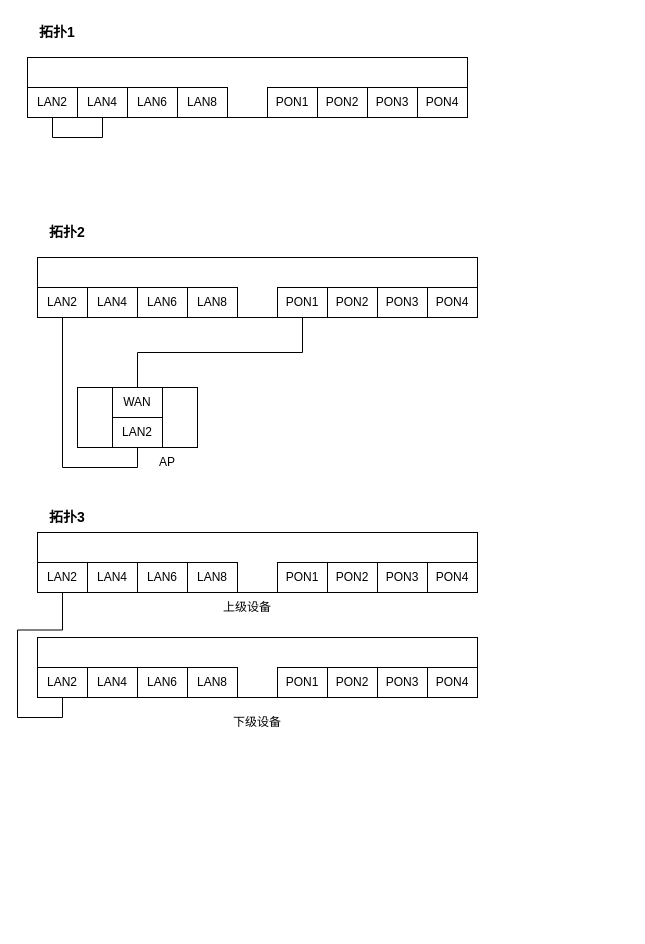
The draw.io diagram f5g-mt7988/looptest.drawio in waterwatermelon/graph, before the edit. Source tidied: cells renumbered, new cells numbered last; positions are measured from the earlier drawing's top-left corner, leaving out a move shared by most shapes. Both pictures are drawn from the tidied source at 100%, with x=0, y=0 at pixel (27, 17).
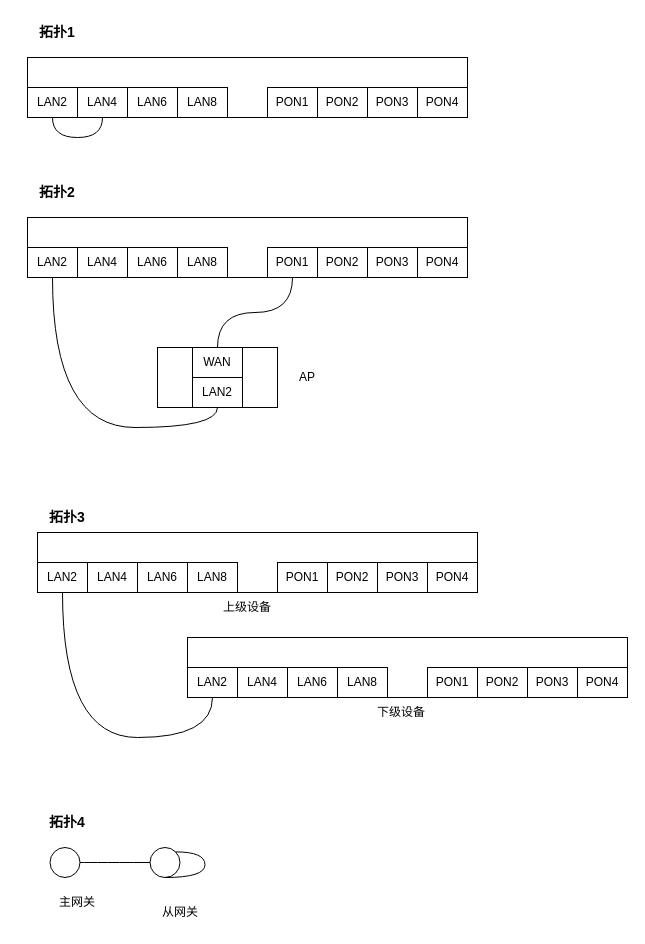
The same page after the edit.

Unchanged cells that the change refers to:
```xml
<mxCell id="8" style="group;" parent="1" vertex="1">
  <mxGeometry y="70" width="200" height="30" as="geometry" />
</mxCell>
<mxCell id="10" value="LAN2" style="rounded=0;whiteSpace=wrap;html=1;" parent="8" vertex="1">
  <mxGeometry width="50" height="30" as="geometry" />
</mxCell>
<mxCell id="11" value="LAN4" style="rounded=0;whiteSpace=wrap;html=1;" parent="8" vertex="1">
  <mxGeometry x="50" width="50" height="30" as="geometry" />
</mxCell>
<mxCell id="18" value="PON1" style="rounded=0;whiteSpace=wrap;html=1;" parent="17" vertex="1">
  <mxGeometry width="50" height="30" as="geometry" />
</mxCell>
<mxCell id="23" value="LAN2" style="rounded=0;whiteSpace=wrap;html=1;" parent="22" vertex="1">
  <mxGeometry width="50" height="30" as="geometry" />
</mxCell>
<mxCell id="40" value="LAN2" style="rounded=0;whiteSpace=wrap;html=1;" parent="39" vertex="1">
  <mxGeometry width="50" height="30" as="geometry" />
</mxCell>
<mxCell id="53" value="LAN2" style="rounded=0;whiteSpace=wrap;html=1;" parent="52" vertex="1">
  <mxGeometry width="50" height="30" as="geometry" />
</mxCell>
```

The edit, as a diff of the source:
```diff
@@
-    <mxCell id="9" style="edgeStyle=orthogonalEdgeStyle;rounded=0;jettySize=auto;html=1;exitX=0.5;exitY=1;exitDx=0;exitDy=0;entryX=0.5;entryY=1;entryDx=0;entryDy=0;endArrow=none;startFill=0;" parent="8" edge="1" source="10" target="11">
+    <mxCell id="9" style="edgeStyle=orthogonalEdgeStyle;rounded=0;jettySize=auto;html=1;exitX=0.5;exitY=1;exitDx=0;exitDy=0;entryX=0.5;entryY=1;entryDx=0;entryDy=0;endArrow=none;startFill=0;curved=1;" parent="8" edge="1" source="10" target="11">
       <mxGeometry relative="1" as="geometry" />
     </mxCell>
@@
     <mxCell id="15" value="拓扑2" style="text;html=1;align=center;verticalAlign=middle;whiteSpace=wrap;rounded=0;fontSize=14;fontStyle=1;" parent="1" vertex="1">
-      <mxGeometry x="10" y="200" width="60" height="30" as="geometry" />
+      <mxGeometry y="160" width="60" height="30" as="geometry" />
     </mxCell>
     <mxCell id="16" style="rounded=0;whiteSpace=wrap;html=1;" parent="1" vertex="1">
-      <mxGeometry x="10" y="240" width="440" height="60" as="geometry" />
+      <mxGeometry y="200" width="440" height="60" as="geometry" />
     </mxCell>
     <mxCell id="17" style="group;" parent="1" vertex="1">
-      <mxGeometry x="250" y="270" width="200" height="30" as="geometry" />
+      <mxGeometry x="240" y="230" width="200" height="30" as="geometry" />
     </mxCell>
@@
     <mxCell id="22" style="group;" parent="1" vertex="1">
-      <mxGeometry x="10" y="270" width="200" height="30" as="geometry" />
+      <mxGeometry y="230" width="200" height="30" as="geometry" />
     </mxCell>
@@
     <mxCell id="27" style="rounded=0;whiteSpace=wrap;html=1;" parent="1" vertex="1">
-      <mxGeometry x="50" y="370" width="120" height="60" as="geometry" />
+      <mxGeometry x="130" y="330" width="120" height="60" as="geometry" />
     </mxCell>
-    <mxCell id="28" style="edgeStyle=orthogonalEdgeStyle;rounded=0;jettySize=auto;html=1;exitX=0.5;exitY=0;exitDx=0;exitDy=0;entryX=0.5;entryY=1;entryDx=0;entryDy=0;endArrow=none;startFill=0;" parent="1" edge="1" source="29" target="18">
+    <mxCell id="28" style="edgeStyle=orthogonalEdgeStyle;rounded=0;jettySize=auto;html=1;exitX=0.5;exitY=0;exitDx=0;exitDy=0;entryX=0.5;entryY=1;entryDx=0;entryDy=0;endArrow=none;startFill=0;curved=1;" parent="1" edge="1" source="29" target="18">
       <mxGeometry relative="1" as="geometry" />
     </mxCell>
     <mxCell id="29" value="WAN" style="rounded=0;whiteSpace=wrap;html=1;" parent="1" vertex="1">
-      <mxGeometry x="85" y="370" width="50" height="30" as="geometry" />
+      <mxGeometry x="165" y="330" width="50" height="30" as="geometry" />
     </mxCell>
-    <mxCell id="30" style="edgeStyle=orthogonalEdgeStyle;rounded=0;jettySize=auto;html=1;exitX=0.5;exitY=1;exitDx=0;exitDy=0;entryX=0.5;entryY=1;entryDx=0;entryDy=0;endArrow=none;startFill=0;" parent="1" edge="1" source="31" target="23">
+    <mxCell id="30" style="edgeStyle=orthogonalEdgeStyle;rounded=0;jettySize=auto;html=1;exitX=0.5;exitY=1;exitDx=0;exitDy=0;entryX=0.5;entryY=1;entryDx=0;entryDy=0;endArrow=none;startFill=0;curved=1;" parent="1" edge="1" source="31" target="23">
       <mxGeometry relative="1" as="geometry" />
     </mxCell>
     <mxCell id="31" value="LAN2" style="rounded=0;whiteSpace=wrap;html=1;" parent="1" vertex="1">
-      <mxGeometry x="85" y="400" width="50" height="30" as="geometry" />
+      <mxGeometry x="165" y="360" width="50" height="30" as="geometry" />
     </mxCell>
     <mxCell id="32" value="AP" style="text;html=1;align=center;verticalAlign=middle;whiteSpace=wrap;rounded=0;" parent="1" vertex="1">
-      <mxGeometry x="110" y="430" width="60" height="30" as="geometry" />
+      <mxGeometry x="250" y="345" width="60" height="30" as="geometry" />
     </mxCell>
@@
     <mxCell id="46" style="rounded=0;whiteSpace=wrap;html=1;" parent="1" vertex="1">
-      <mxGeometry x="10" y="620" width="440" height="60" as="geometry" />
+      <mxGeometry x="160" y="620" width="440" height="60" as="geometry" />
     </mxCell>
     <mxCell id="47" style="group;" parent="1" vertex="1">
-      <mxGeometry x="250" y="650" width="200" height="30" as="geometry" />
+      <mxGeometry x="400" y="650" width="200" height="30" as="geometry" />
     </mxCell>
@@
     <mxCell id="52" style="group;" parent="1" vertex="1">
-      <mxGeometry x="10" y="650" width="200" height="30" as="geometry" />
+      <mxGeometry x="160" y="650" width="200" height="30" as="geometry" />
     </mxCell>
@@
     <mxCell id="57" value="下级设备" style="text;html=1;align=center;verticalAlign=middle;whiteSpace=wrap;rounded=0;" parent="1" vertex="1">
-      <mxGeometry x="200" y="690" width="60" height="30" as="geometry" />
+      <mxGeometry x="344" y="680" width="60" height="30" as="geometry" />
     </mxCell>
-    <mxCell id="58" style="edgeStyle=orthogonalEdgeStyle;rounded=0;jettySize=auto;html=1;exitX=0.5;exitY=1;exitDx=0;exitDy=0;entryX=0.5;entryY=1;entryDx=0;entryDy=0;endArrow=none;startFill=0;" parent="1" edge="1" source="40" target="53">
-      <mxGeometry relative="1" as="geometry" />
+    <mxCell id="58" style="edgeStyle=orthogonalEdgeStyle;rounded=0;jettySize=auto;html=1;exitX=0.5;exitY=1;exitDx=0;exitDy=0;entryX=0.5;entryY=1;entryDx=0;entryDy=0;endArrow=none;startFill=0;curved=1;" parent="1" edge="1" source="40" target="53">
+      <mxGeometry relative="1" as="geometry">
+        <Array as="points">
+          <mxPoint x="35" y="720" />
+          <mxPoint x="185" y="720" />
+        </Array>
+      </mxGeometry>
     </mxCell>
+    <mxCell id="59" value="拓扑4" style="text;html=1;align=center;verticalAlign=middle;whiteSpace=wrap;rounded=0;fontSize=14;fontStyle=1;" parent="1" vertex="1">
+      <mxGeometry x="10" y="790" width="60" height="30" as="geometry" />
+    </mxCell>
+    <mxCell id="60" style="edgeStyle=orthogonalEdgeStyle;rounded=0;jettySize=auto;html=1;exitX=1;exitY=0.5;exitDx=0;exitDy=0;entryX=0;entryY=0.5;entryDx=0;entryDy=0;curved=1;endArrow=none;startFill=0;" parent="1" edge="1" source="61" target="62">
+      <mxGeometry relative="1" as="geometry" />
+    </mxCell>
+    <mxCell id="61" style="ellipse;whiteSpace=wrap;html=1;" parent="1" vertex="1">
+      <mxGeometry x="22.5" y="830" width="30" height="30" as="geometry" />
+    </mxCell>
+    <mxCell id="62" style="ellipse;whiteSpace=wrap;html=1;" parent="1" vertex="1">
+      <mxGeometry x="122.5" y="830" width="30" height="30" as="geometry" />
+    </mxCell>
+    <mxCell id="63" style="edgeStyle=orthogonalEdgeStyle;rounded=0;orthogonalLoop=1;jettySize=auto;html=1;exitX=1;exitY=0;exitDx=0;exitDy=0;entryX=0.5;entryY=1;entryDx=0;entryDy=0;curved=1;endArrow=none;startFill=0;" parent="1" edge="1" source="62" target="62">
+      <mxGeometry relative="1" as="geometry">
+        <Array as="points">
+          <mxPoint x="177.5" y="834" />
+          <mxPoint x="177.5" y="860" />
+        </Array>
+      </mxGeometry>
+    </mxCell>
+    <mxCell id="64" value="主网关" style="text;html=1;align=center;verticalAlign=middle;whiteSpace=wrap;rounded=0;" parent="1" vertex="1">
+      <mxGeometry x="20" y="870" width="60" height="30" as="geometry" />
+    </mxCell>
+    <mxCell id="65" value="从网关" style="text;html=1;align=center;verticalAlign=middle;whiteSpace=wrap;rounded=0;" parent="1" vertex="1">
+      <mxGeometry x="122.5" y="880" width="60" height="30" as="geometry" />
+    </mxCell>
```
